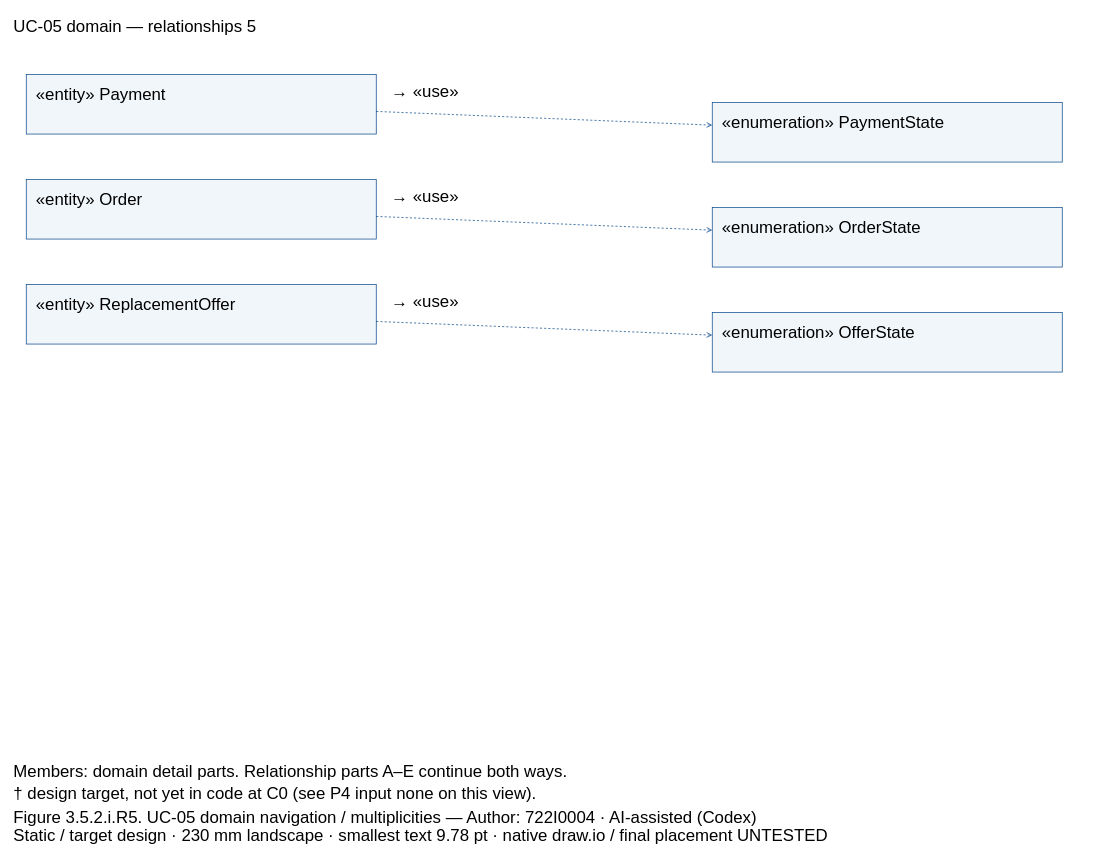
Before: models/UC-05/dcd_uc05_domain_links_PartE.drawio in Dat071104/SaigonBite, a draw.io diagram. Source tidied: cells renumbered, new cells numbered last; positions are measured from the earlier drawing's top-left corner, leaving out a move shared by most shapes. Both pictures are drawn from the tidied source at 70%, with x=0, y=0 at pixel (12, 12).
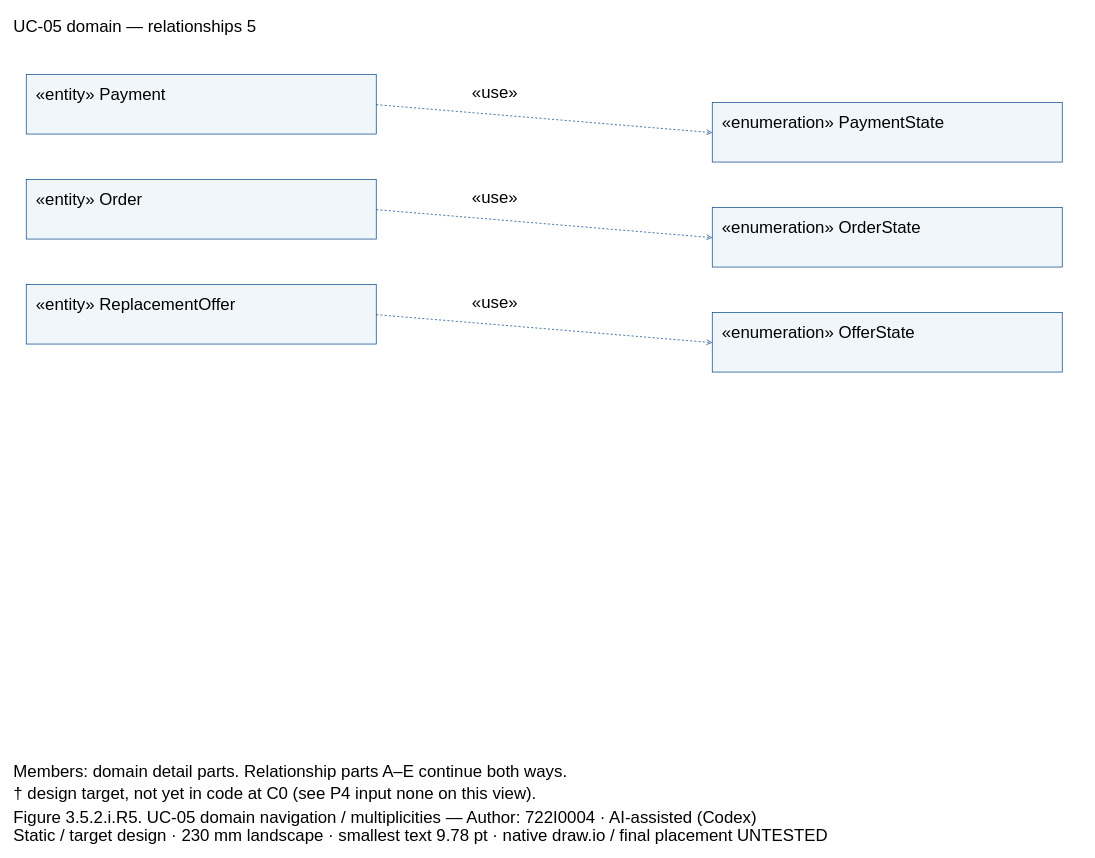
The same page after the edit.

The change refers to these unchanged cells:
```xml
<mxCell id="3" style="fillColor=#F1F6FA;strokeColor=#004387;fontFamily=Arial;fontSize=24;whiteSpace=wrap;html=0;" parent="1" vertex="1">
  <mxGeometry x="20" y="89" width="500" height="85" as="geometry" />
</mxCell>
<mxCell id="5" style="fillColor=#F1F6FA;strokeColor=#004387;fontFamily=Arial;fontSize=24;whiteSpace=wrap;html=0;" parent="1" vertex="1">
  <mxGeometry x="1000" y="129" width="500" height="85" as="geometry" />
</mxCell>
<mxCell id="7" style="fillColor=#F1F6FA;strokeColor=#004387;fontFamily=Arial;fontSize=24;whiteSpace=wrap;html=0;" parent="1" vertex="1">
  <mxGeometry x="20" y="239" width="500" height="85" as="geometry" />
</mxCell>
<mxCell id="9" style="fillColor=#F1F6FA;strokeColor=#004387;fontFamily=Arial;fontSize=24;whiteSpace=wrap;html=0;" parent="1" vertex="1">
  <mxGeometry x="1000" y="279" width="500" height="85" as="geometry" />
</mxCell>
<mxCell id="11" style="fillColor=#F1F6FA;strokeColor=#004387;fontFamily=Arial;fontSize=24;whiteSpace=wrap;html=0;" parent="1" vertex="1">
  <mxGeometry x="20" y="389" width="500" height="85" as="geometry" />
</mxCell>
<mxCell id="13" style="fillColor=#F1F6FA;strokeColor=#004387;fontFamily=Arial;fontSize=24;whiteSpace=wrap;html=0;" parent="1" vertex="1">
  <mxGeometry x="1000" y="429" width="500" height="85" as="geometry" />
</mxCell>
```

What changed in the source:
```diff
@@
-    <mxCell id="15" style="edgeStyle=none;endArrow=open;dashed=1;strokeColor=#004387;" parent="1" edge="1" source="3" target="5">
+    <mxCell id="15" style="edgeStyle=none;endArrow=open;endFill=0;dashed=1;strokeColor=#004387;exitX=1.0;exitY=0.5058823529411764;exitPerimeter=0;entryX=0.0;entryY=0.5058823529411764;entryPerimeter=0;" parent="1" edge="1" source="3" target="5">
       <mxGeometry relative="1" as="geometry" />
     </mxCell>
-    <mxCell id="16" value="→ «use»" style="text;align=left;verticalAlign=top;strokeColor=none;fillColor=none;fontFamily=Arial;fontSize=24;whiteSpace=wrap;html=0;" parent="1" vertex="1">
-      <mxGeometry x="540" y="93" width="440" height="27.6" as="geometry" />
-    </mxCell>
+    <mxCell id="25" value="«use»" style="text;align=left;verticalAlign=top;strokeColor=none;fillColor=none;fontFamily=Arial;fontSize=24;whiteSpace=wrap;html=0;" parent="1" vertex="1">
+      <mxGeometry x="655" y="94" width="330" height="27.6" as="geometry" />
+    </mxCell>
-    <mxCell id="17" style="edgeStyle=none;endArrow=open;dashed=1;strokeColor=#004387;" parent="1" edge="1" source="7" target="9">
+    <mxCell id="17" style="edgeStyle=none;endArrow=open;endFill=0;dashed=1;strokeColor=#004387;exitX=1.0;exitY=0.5058823529411764;exitPerimeter=0;entryX=0.0;entryY=0.5058823529411764;entryPerimeter=0;" parent="1" edge="1" source="7" target="9">
       <mxGeometry relative="1" as="geometry" />
     </mxCell>
-    <mxCell id="18" value="→ «use»" style="text;align=left;verticalAlign=top;strokeColor=none;fillColor=none;fontFamily=Arial;fontSize=24;whiteSpace=wrap;html=0;" parent="1" vertex="1">
-      <mxGeometry x="540" y="243" width="440" height="27.6" as="geometry" />
-    </mxCell>
+    <mxCell id="26" value="«use»" style="text;align=left;verticalAlign=top;strokeColor=none;fillColor=none;fontFamily=Arial;fontSize=24;whiteSpace=wrap;html=0;" parent="1" vertex="1">
+      <mxGeometry x="655" y="244" width="330" height="27.6" as="geometry" />
+    </mxCell>
-    <mxCell id="19" style="edgeStyle=none;endArrow=open;dashed=1;strokeColor=#004387;" parent="1" edge="1" source="11" target="13">
+    <mxCell id="19" style="edgeStyle=none;endArrow=open;endFill=0;dashed=1;strokeColor=#004387;exitX=1.0;exitY=0.5058823529411764;exitPerimeter=0;entryX=0.0;entryY=0.5058823529411764;entryPerimeter=0;" parent="1" edge="1" source="11" target="13">
       <mxGeometry relative="1" as="geometry" />
     </mxCell>
-    <mxCell id="20" value="→ «use»" style="text;align=left;verticalAlign=top;strokeColor=none;fillColor=none;fontFamily=Arial;fontSize=24;whiteSpace=wrap;html=0;" parent="1" vertex="1">
-      <mxGeometry x="540" y="393" width="440" height="27.6" as="geometry" />
-    </mxCell>
+    <mxCell id="27" value="«use»" style="text;align=left;verticalAlign=top;strokeColor=none;fillColor=none;fontFamily=Arial;fontSize=24;whiteSpace=wrap;html=0;" parent="1" vertex="1">
+      <mxGeometry x="655" y="394" width="330" height="27.6" as="geometry" />
+    </mxCell>
```
